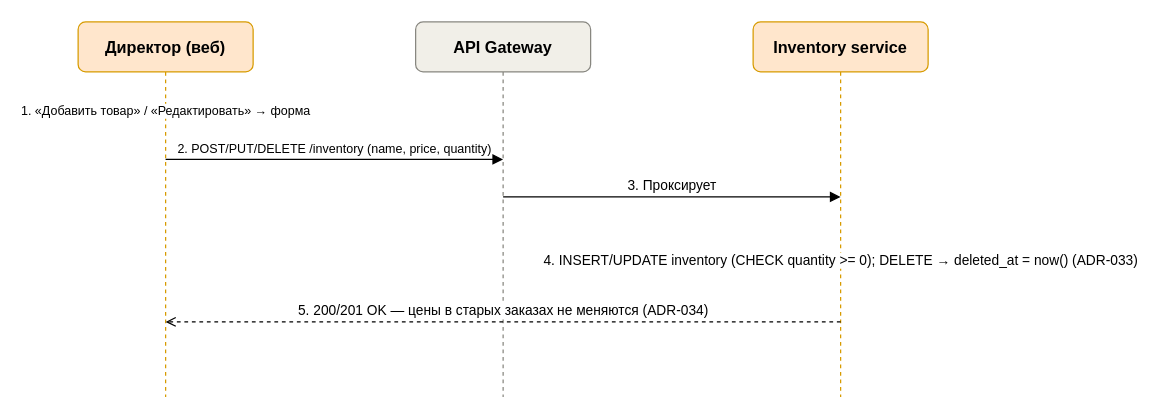
Before: stuff/uml/sequence/sequence-catalog-items.drawio in TFRunity/sto, a draw.io diagram. Source tidied: cells renumbered, new cells numbered last; positions are measured from the earlier drawing's top-left corner, leaving out a move shared by most shapes. Both pictures are drawn from the tidied source at 125%, with x=0, y=0 at pixel (78, 21).
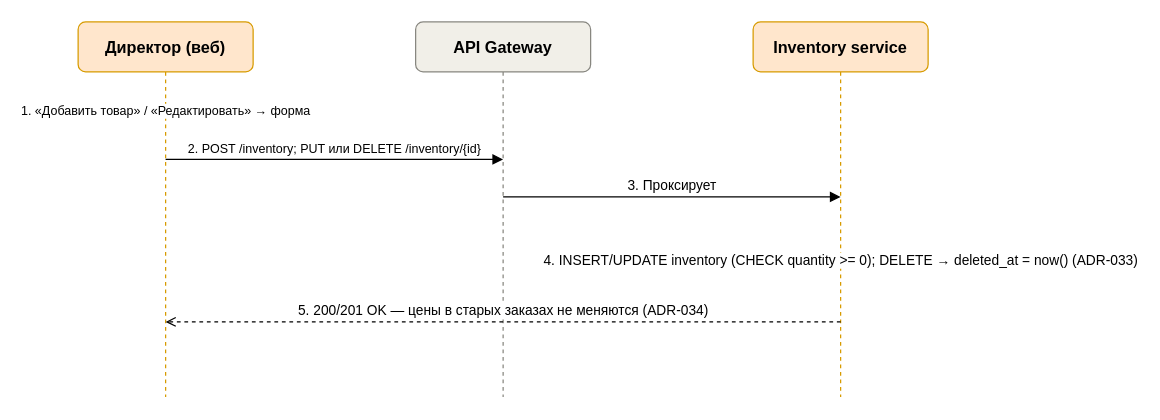
The same page after the edit.

What changed in the source:
```diff
@@
 <mxGraphModel>
   <root>
     <mxCell id="0" />
     <mxCell id="1" parent="0" />
     <mxCell id="2" value="Директор (веб)" style="rounded=1;whiteSpace=wrap;html=1;fillColor=#ffe6cc;strokeColor=#d79b00;fontSize=13;fontStyle=1;" parent="1" vertex="1">
       <mxGeometry width="140" height="40" as="geometry" />
     </mxCell>
     <mxCell id="3" value="API Gateway" style="rounded=1;whiteSpace=wrap;html=1;fillColor=#f1efe8;strokeColor=#888780;fontSize=13;fontStyle=1;" parent="1" vertex="1">
       <mxGeometry x="270" width="140" height="40" as="geometry" />
     </mxCell>
     <mxCell id="4" value="Inventory service" style="rounded=1;whiteSpace=wrap;html=1;fillColor=#ffe6cc;strokeColor=#d79b00;fontSize=13;fontStyle=1;" parent="1" vertex="1">
       <mxGeometry x="540" width="140" height="40" as="geometry" />
     </mxCell>
     <mxCell id="5" style="endArrow=none;dashed=1;html=1;strokeColor=#d79b00;" parent="1" edge="1" source="2">
       <mxGeometry relative="1" as="geometry">
         <mxPoint x="70" y="300" as="targetPoint" />
       </mxGeometry>
     </mxCell>
     <mxCell id="6" style="endArrow=none;dashed=1;html=1;strokeColor=#888780;" parent="1" edge="1" source="3">
       <mxGeometry relative="1" as="geometry">
         <mxPoint x="340" y="300" as="targetPoint" />
       </mxGeometry>
     </mxCell>
     <mxCell id="7" style="endArrow=none;dashed=1;html=1;strokeColor=#d79b00;" parent="1" edge="1" source="4">
       <mxGeometry relative="1" as="geometry">
         <mxPoint x="610" y="300" as="targetPoint" />
       </mxGeometry>
     </mxCell>
     <mxCell id="8" value="1. «Добавить товар» / «Редактировать» → форма" style="html=1;endArrow=none;fontSize=10;align=center;verticalAlign=bottom;" parent="1" edge="1">
       <mxGeometry relative="1" as="geometry">
         <mxPoint x="70" y="80" as="sourcePoint" />
         <mxPoint x="70" y="80" as="targetPoint" />
       </mxGeometry>
     </mxCell>
-    <mxCell id="9" value="2. POST/PUT/DELETE /inventory (name, price, quantity)" style="html=1;endArrow=block;fontSize=10;align=center;verticalAlign=bottom;" parent="1" edge="1">
+    <mxCell id="9" value="2. POST /inventory; PUT или DELETE /inventory/{id}" style="html=1;endArrow=block;fontSize=10;align=center;verticalAlign=bottom;" parent="1" edge="1">
       <mxGeometry relative="1" as="geometry">
         <mxPoint x="70" y="110" as="sourcePoint" />
         <mxPoint x="340" y="110" as="targetPoint" />
       </mxGeometry>
     </mxCell>
     <mxCell id="10" value="3. Проксирует" style="html=1;endArrow=block;fontSize=11;align=center;verticalAlign=bottom;" parent="1" edge="1">
       <mxGeometry relative="1" as="geometry">
         <mxPoint x="340" y="140" as="sourcePoint" />
         <mxPoint x="610" y="140" as="targetPoint" />
       </mxGeometry>
     </mxCell>
     <mxCell id="11" value="4. INSERT/UPDATE inventory (CHECK quantity &gt;= 0); DELETE → deleted_at = now() (ADR-033)" style="html=1;endArrow=none;fontSize=11;align=center;verticalAlign=bottom;" parent="1" edge="1">
       <mxGeometry relative="1" as="geometry">
         <mxPoint x="610" y="200" as="sourcePoint" />
         <mxPoint x="610" y="200" as="targetPoint" />
       </mxGeometry>
     </mxCell>
     <mxCell id="12" value="5. 200/201 OK — цены в старых заказах не меняются (ADR-034)" style="html=1;endArrow=open;dashed=1;fontSize=11;align=center;verticalAlign=bottom;" parent="1" edge="1">
       <mxGeometry relative="1" as="geometry">
         <mxPoint x="610" y="240" as="sourcePoint" />
         <mxPoint x="70" y="240" as="targetPoint" />
       </mxGeometry>
     </mxCell>
   </root>
 </mxGraphModel>
```
